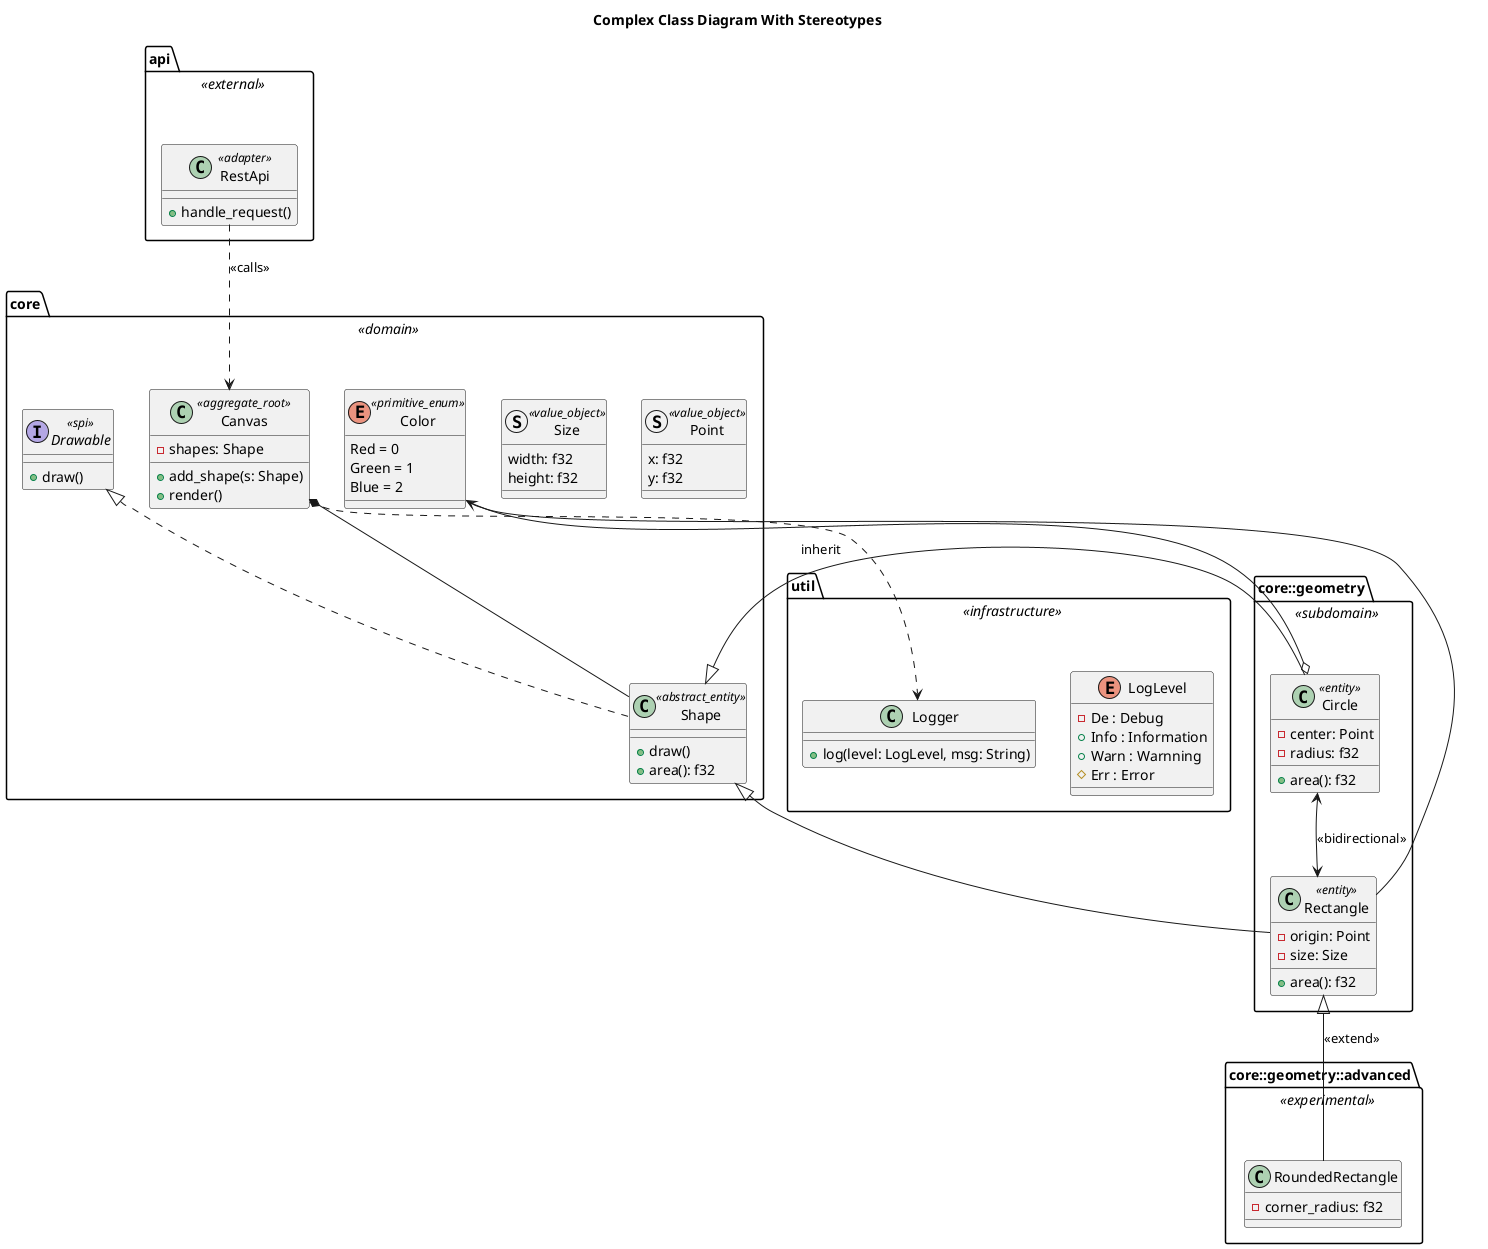
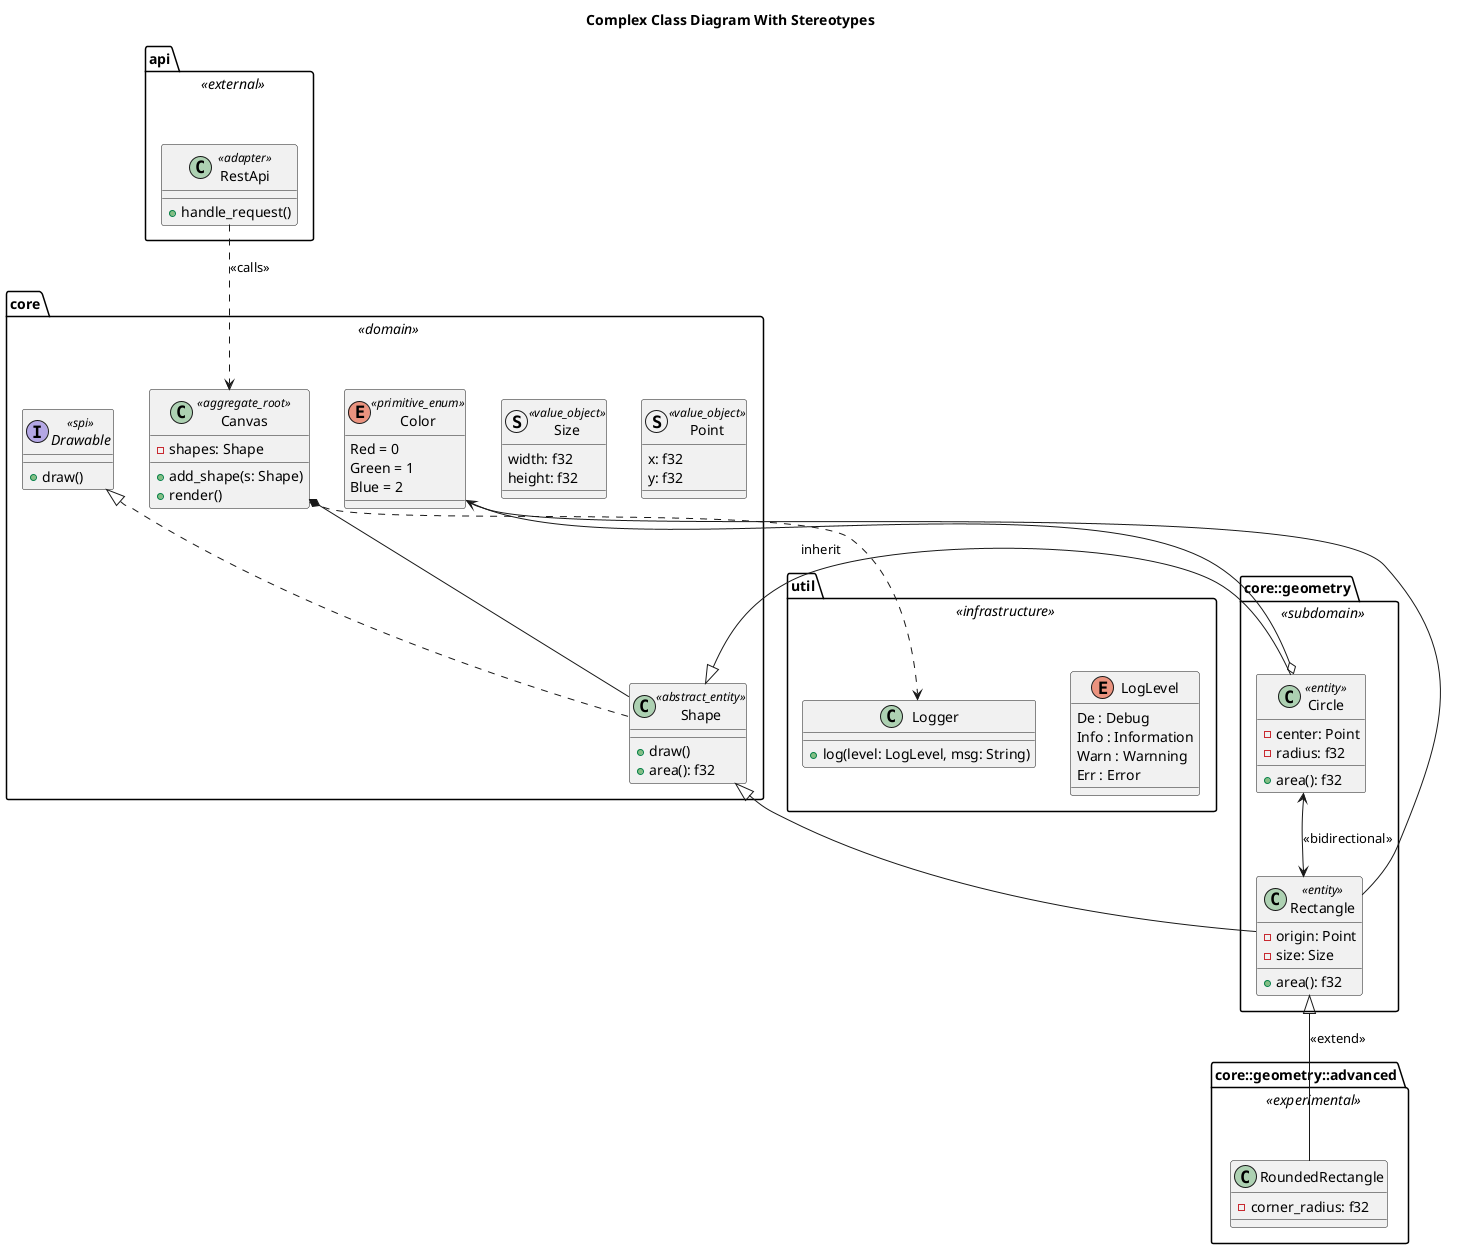
' *******************************************************************************
' Copyright (c) 2026 Contributors to the Eclipse Foundation
'
' See the NOTICE file(s) distributed with this work for additional
' information regarding copyright ownership.
'
' This program and the accompanying materials are made available under the
' terms of the Apache License Version 2.0 which is available at
' https://www.apache.org/licenses/LICENSE-2.0
'
' SPDX-License-Identifier: Apache-2.0
' *******************************************************************************
@startuml class_positive_test

title Complex Class Diagram With Stereotypes

skinparam classFontSize 14
skinparam shadowing false

left to right direction
top to bottom direction

namespace core <<domain>> {

    struct Point <<value_object>> {
        x: f32
        y: f32
    }

    struct Size <<value_object>> {
        width: f32
        height: f32
    }

    enum Color <<primitive_enum>> {
        Red = 0
        Green = 1
        Blue = 2
    }

    class Shape <<abstract_entity>> {
        +draw()
        +area(): f32
    }

    interface Drawable <<spi>> {
        +draw()
    }

    class Canvas <<aggregate_root>> {
        -shapes: Shape
        +add_shape(s: Shape)
        +render()
    }
}

package core::geometry <<subdomain>> {

    class Circle <<entity>> {
        -center: Point
        -radius: f32
        +area(): f32
    }

    class Rectangle <<entity>> {
        -origin: Point
        -size: Size
        +area(): f32
    }

}

package core::geometry::advanced <<experimental>> {

    class RoundedRectangle {
        -corner_radius: f32
    }

}

package util <<infrastructure>> {

    enum LogLevel {
-         -De : Debug
-         +Info : Information
-         +Warn : Warnning
-         #Err : Error
+         De : Debug
+         Info : Information
+         Warn : Warnning
+         Err : Error
    }

    class Logger {
        +log(level: LogLevel, msg: String)
    }

}

package api <<external>> {

    class RestApi <<adapter>> {
        +handle_request()
    }

}

' ======================
' Relationships
' ======================

Shape <|-- Circle : inherit

Shape <|-- Rectangle

Rectangle <|-- RoundedRectangle : <<extend>>

Drawable <|.. Shape

Canvas *-- Shape

Circle o-- Color

Rectangle --> Color

Canvas ..> Logger

RestApi ..> Canvas : <<calls>>

Circle <--> Rectangle : <<bidirectional>>

@enduml
